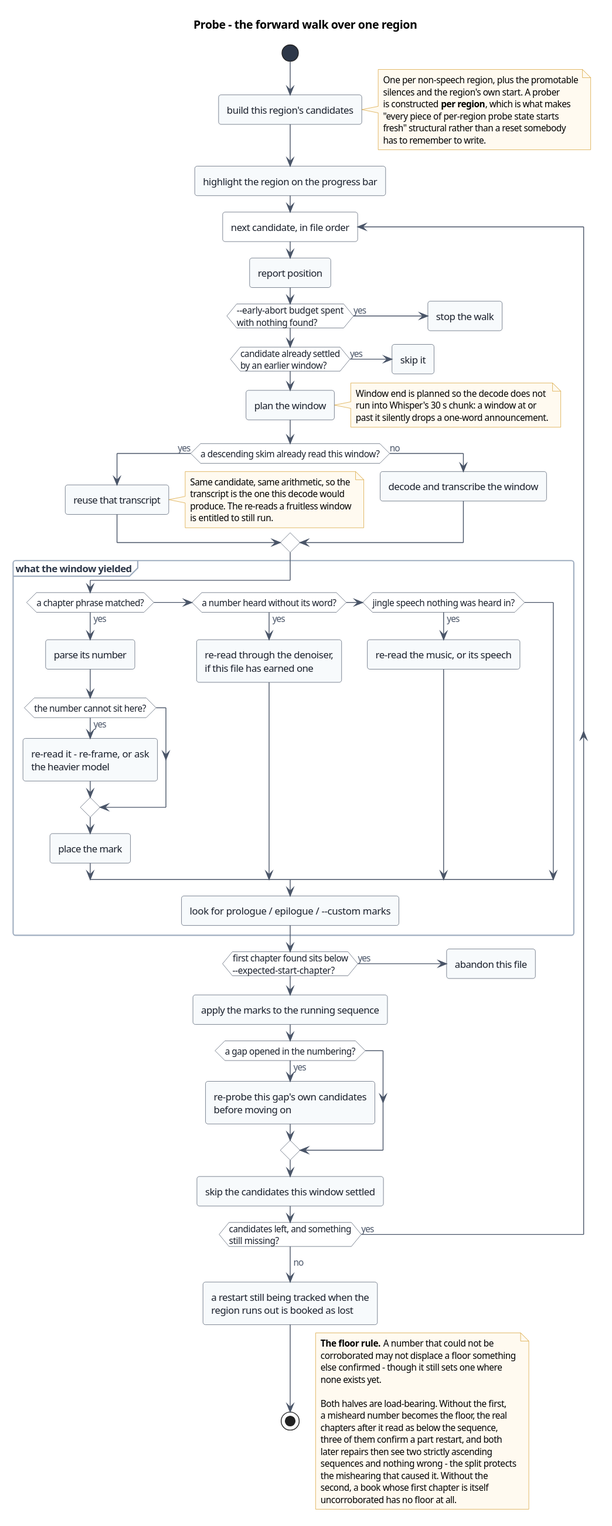
Above: doc/diagrams/activity-phase-probe.svg in Inguiotar/ABChapterize (PlantUML), before the change. The source it was exported from:
```plantuml
@startuml
!include _style.iuml
title Probe - the forward walk over one region

start
:build this region's candidates;
note right
  One per non-speech region, plus the promotable
  silences and the region's own start. A prober
  is constructed **per region**, which is what makes
  "every piece of per-region probe state starts
  fresh" structural rather than a reset somebody
  has to remember to write.
end note
:highlight the region on the progress bar;

repeat :next candidate, in file order;
  :report position;
  if (~--early-abort budget spent\nwith nothing found?) then (yes)
    :stop the walk;
    detach
  endif
  if (candidate already settled\nby an earlier window?) then (yes)
    :skip it;
    detach
  endif

  :plan the window;
  note right
    Window end is planned so the decode does not
    run into Whisper's 30 s chunk: a window at or
    past it silently drops a one-word announcement.
  end note

  if (a descending skim already read this window?) then (yes)
    :reuse that transcript;
    note right
      Same candidate, same arithmetic, so the
      transcript is the one this decode would
      produce. The re-reads a fruitless window
      is entitled to still run.
    end note
  else (no)
    :decode and transcribe the window;
  endif

  partition "what the window yielded" {
    if (a chapter phrase matched?) then (yes)
      :parse its number;
      if (the number cannot sit here?) then (yes)
        :re-read it - re-frame, or ask\nthe heavier model;
      endif
      :place the mark;
    elseif (a number heard without its word?) then (yes)
      :re-read through the denoiser,\nif this file has earned one;
    elseif (jingle speech nothing was heard in?) then (yes)
      :re-read the music, or its speech;
    endif
    :look for prologue / epilogue / ~--custom marks;
  }

  if (first chapter found sits below\n~--expected-start-chapter?) then (yes)
    :abandon this file;
    detach
  endif

  :apply the marks to the running sequence;
  if (a gap opened in the numbering?) then (yes)
    :re-probe this gap's own candidates\nbefore moving on;
  endif
  :skip the candidates this window settled;
repeat while (candidates left, and something\nstill missing?) is (yes)
->no;

:a restart still being tracked when the\nregion runs out is booked as lost;
stop

floating note right
  <b>The floor rule.</b> A number that could not be
  corroborated may not displace a floor something
  else confirmed - though it still sets one where
  none exists yet.

  Both halves are load-bearing. Without the first,
  a misheard number becomes the floor, the real
  chapters after it read as below the sequence,
  three of them confirm a part restart, and both
  later repairs then see two strictly ascending
  sequences and nothing wrong - the split protects
  the mishearing that caused it. Without the
  second, a book whose first chapter is itself
  uncorroborated has no floor at all.
end note
@enduml
```
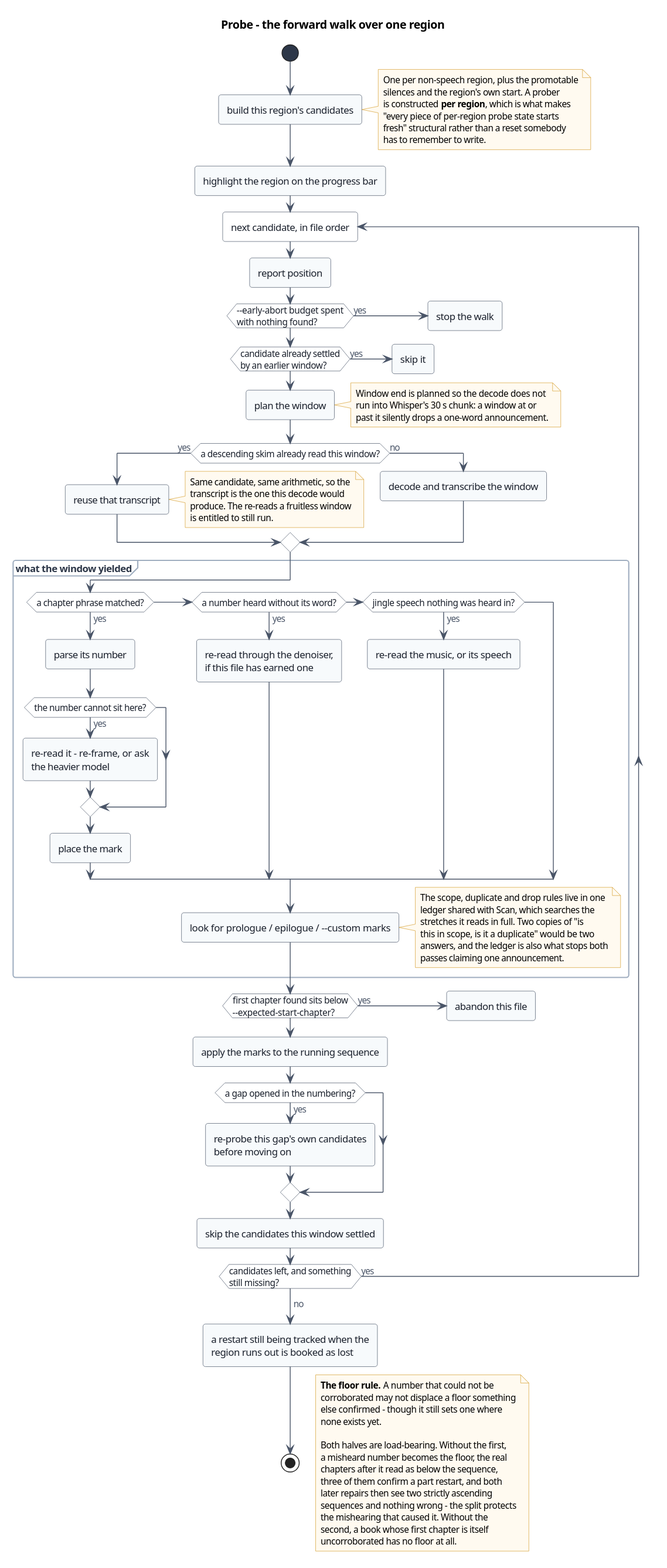
After the change.

What changed in the source:
```diff
@@ -57,6 +57,14 @@
       :re-read the music, or its speech;
     endif
     :look for prologue / epilogue / ~--custom marks;
+    note right
+      The scope, duplicate and drop rules live in one
+      ledger shared with Scan, which searches the
+      stretches it reads in full. Two copies of "is
+      this in scope, is it a duplicate" would be two
+      answers, and the ledger is also what stops both
+      passes claiming one announcement.
+    end note
   }
 
   if (first chapter found sits below\n~--expected-start-chapter?) then (yes)
```
